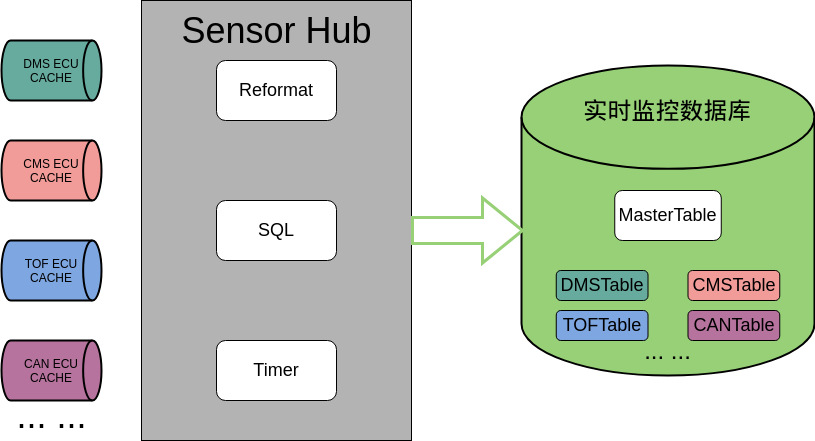
Earlier version of the draw.io export FlowCharts/SensorHub_Module.png (rangerzhou/ImageHosting). Source tidied: cells renumbered, new cells last; positions are measured from the earlier drawing's top-left corner, leaving out a move shared by most shapes.
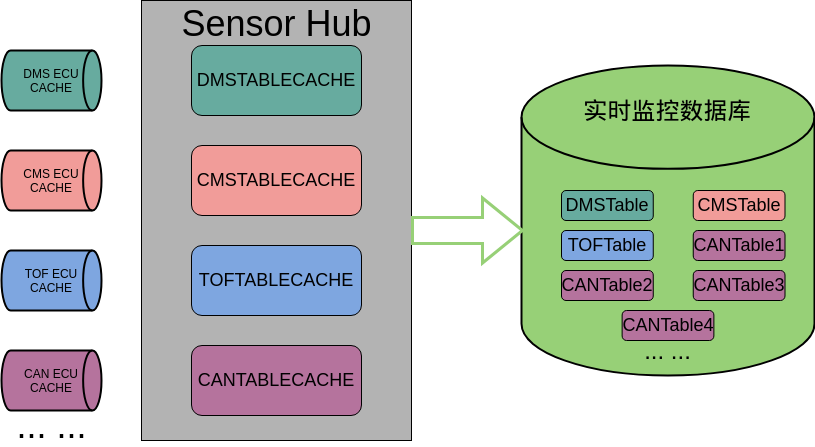
The same diagram one commit later.

What changed in the source:
```diff
@@ -6,49 +6,37 @@
       <mxGeometry x="520" y="65" width="293" height="310" as="geometry" />
     </mxCell>
     <mxCell id="3" value="DMS ECU CACHE" style="strokeWidth=2;html=1;shape=mxgraph.flowchart.direct_data;whiteSpace=wrap;fillColor=#67AB9F;" parent="1" vertex="1">
-      <mxGeometry y="40" width="100" height="60" as="geometry" />
+      <mxGeometry y="50" width="100" height="60" as="geometry" />
     </mxCell>
     <mxCell id="4" value="CMS ECU CACHE" style="strokeWidth=2;html=1;shape=mxgraph.flowchart.direct_data;whiteSpace=wrap;fillColor=#F19C99;" parent="1" vertex="1">
-      <mxGeometry y="140" width="100" height="60" as="geometry" />
+      <mxGeometry y="150" width="100" height="60" as="geometry" />
     </mxCell>
     <mxCell id="5" value="CAN ECU CACHE" style="strokeWidth=2;html=1;shape=mxgraph.flowchart.direct_data;whiteSpace=wrap;fillColor=#B5739D;" parent="1" vertex="1">
-      <mxGeometry y="340" width="100" height="60" as="geometry" />
+      <mxGeometry y="350" width="100" height="60" as="geometry" />
     </mxCell>
     <mxCell id="6" value="TOF ECU&lt;br&gt;CACHE" style="strokeWidth=2;html=1;shape=mxgraph.flowchart.direct_data;whiteSpace=wrap;fillColor=#7EA6E0;" parent="1" vertex="1">
-      <mxGeometry y="240" width="100" height="60" as="geometry" />
+      <mxGeometry y="250" width="100" height="60" as="geometry" />
     </mxCell>
     <mxCell id="7" value="&lt;font style=&quot;font-size: 36px&quot;&gt;... ...&lt;/font&gt;" style="text;html=1;align=center;verticalAlign=middle;" parent="1" vertex="1">
-      <mxGeometry x="5" y="400" width="90" height="30" as="geometry" />
+      <mxGeometry x="5" y="410" width="90" height="30" as="geometry" />
     </mxCell>
     <mxCell id="8" style="rounded=0;whiteSpace=wrap;html=1;fillColor=#B3B3B3;" parent="1" vertex="1">
       <mxGeometry x="140" width="270" height="440" as="geometry" />
     </mxCell>
-    <mxCell id="9" value="&lt;font style=&quot;font-size: 18px&quot;&gt;Reformat&lt;/font&gt;" style="rounded=1;whiteSpace=wrap;html=1;" parent="1" vertex="1">
-      <mxGeometry x="215" y="60" width="120" height="60" as="geometry" />
-    </mxCell>
-    <mxCell id="10" value="&lt;font style=&quot;font-size: 18px&quot;&gt;SQL&lt;/font&gt;" style="rounded=1;whiteSpace=wrap;html=1;" parent="1" vertex="1">
-      <mxGeometry x="215" y="200" width="120" height="60" as="geometry" />
-    </mxCell>
-    <mxCell id="11" value="&lt;font style=&quot;font-size: 18px&quot;&gt;Timer&lt;/font&gt;" style="rounded=1;whiteSpace=wrap;html=1;" parent="1" vertex="1">
-      <mxGeometry x="215" y="340" width="120" height="60" as="geometry" />
-    </mxCell>
     <mxCell id="12" value="&lt;font style=&quot;font-size: 36px&quot;&gt;Sensor Hub&lt;/font&gt;" style="text;html=1;strokeColor=none;fillColor=none;align=center;verticalAlign=middle;whiteSpace=wrap;rounded=0;" parent="1" vertex="1">
-      <mxGeometry x="173.8" y="20" width="202.5" height="20" as="geometry" />
+      <mxGeometry x="173.8" y="13" width="202.5" height="20" as="geometry" />
     </mxCell>
-    <mxCell id="13" value="&lt;font style=&quot;font-size: 18px&quot;&gt;MasterTable&lt;/font&gt;" style="rounded=1;whiteSpace=wrap;html=1;" parent="1" vertex="1">
-      <mxGeometry x="613.2" y="190" width="106.5" height="50" as="geometry" />
-    </mxCell>
     <mxCell id="14" value="&lt;font style=&quot;font-size: 18px&quot;&gt;DMSTable&lt;/font&gt;" style="rounded=1;whiteSpace=wrap;html=1;fillColor=#67AB9F;" parent="1" vertex="1">
-      <mxGeometry x="554.8" y="270" width="91.8" height="30" as="geometry" />
+      <mxGeometry x="560" y="190" width="91.8" height="30" as="geometry" />
     </mxCell>
     <mxCell id="15" value="&lt;font style=&quot;font-size: 18px&quot;&gt;CMSTable&lt;/font&gt;" style="rounded=1;whiteSpace=wrap;html=1;fillColor=#F19C99;" parent="1" vertex="1">
-      <mxGeometry x="686.5" y="270" width="91.8" height="30" as="geometry" />
+      <mxGeometry x="691.8" y="190" width="91.8" height="30" as="geometry" />
     </mxCell>
-    <mxCell id="16" value="&lt;font style=&quot;font-size: 18px&quot;&gt;CANTable&lt;/font&gt;" style="rounded=1;whiteSpace=wrap;html=1;fillColor=#B5739D;" parent="1" vertex="1">
-      <mxGeometry x="686.5" y="310" width="91.8" height="30" as="geometry" />
+    <mxCell id="16" value="&lt;font style=&quot;font-size: 18px&quot;&gt;CANTable1&lt;/font&gt;" style="rounded=1;whiteSpace=wrap;html=1;fillColor=#B5739D;" parent="1" vertex="1">
+      <mxGeometry x="691.8" y="230" width="91.8" height="30" as="geometry" />
     </mxCell>
     <mxCell id="17" value="&lt;font style=&quot;font-size: 18px&quot;&gt;TOFTable&lt;/font&gt;" style="rounded=1;whiteSpace=wrap;html=1;fillColor=#7EA6E0;" parent="1" vertex="1">
-      <mxGeometry x="554.8" y="310" width="91.8" height="30" as="geometry" />
+      <mxGeometry x="560" y="230" width="91.8" height="30" as="geometry" />
     </mxCell>
     <mxCell id="18" value="&lt;font style=&quot;font-size: 24px&quot;&gt;实时监控数据库&lt;/font&gt;" style="text;html=1;strokeColor=none;fillColor=none;align=center;verticalAlign=middle;whiteSpace=wrap;rounded=0;" parent="1" vertex="1">
       <mxGeometry x="550" y="90" width="233" height="40" as="geometry" />
@@ -59,5 +47,26 @@
     <mxCell id="20" value="&lt;font style=&quot;font-size: 24px&quot;&gt;... ...&lt;/font&gt;" style="text;html=1;strokeColor=none;fillColor=none;align=center;verticalAlign=middle;whiteSpace=wrap;rounded=0;" parent="1" vertex="1">
       <mxGeometry x="635" y="340" width="63" height="20" as="geometry" />
     </mxCell>
+    <mxCell id="21" value="&lt;span style=&quot;font-size: 18px&quot;&gt;CANTable2&lt;/span&gt;" style="rounded=1;whiteSpace=wrap;html=1;fillColor=#B5739D;" parent="1" vertex="1">
+      <mxGeometry x="560" y="270" width="91.8" height="30" as="geometry" />
+    </mxCell>
+    <mxCell id="22" value="&lt;span style=&quot;font-size: 18px&quot;&gt;CANTable3&lt;/span&gt;" style="rounded=1;whiteSpace=wrap;html=1;fillColor=#B5739D;" parent="1" vertex="1">
+      <mxGeometry x="691.8" y="270" width="91.8" height="30" as="geometry" />
+    </mxCell>
+    <mxCell id="23" value="&lt;span style=&quot;font-size: 18px&quot;&gt;CANTable4&lt;/span&gt;" style="rounded=1;whiteSpace=wrap;html=1;fillColor=#B5739D;" parent="1" vertex="1">
+      <mxGeometry x="620.6" y="310" width="91.8" height="30" as="geometry" />
+    </mxCell>
+    <mxCell id="24" value="&lt;span style=&quot;font-size: 18px&quot;&gt;DMSTABLECACHE&lt;/span&gt;" style="rounded=1;whiteSpace=wrap;html=1;fillColor=#67AB9F;" parent="1" vertex="1">
+      <mxGeometry x="190" y="45" width="170" height="70" as="geometry" />
+    </mxCell>
+    <mxCell id="25" value="&lt;span style=&quot;font-size: 18px&quot;&gt;CMSTABLECACHE&lt;/span&gt;" style="rounded=1;whiteSpace=wrap;html=1;fillColor=#F19C99;" parent="1" vertex="1">
+      <mxGeometry x="190" y="145" width="170" height="70" as="geometry" />
+    </mxCell>
+    <mxCell id="26" value="&lt;span style=&quot;font-size: 18px&quot;&gt;TOFTABLECACHE&lt;/span&gt;" style="rounded=1;whiteSpace=wrap;html=1;fillColor=#7EA6E0;" parent="1" vertex="1">
+      <mxGeometry x="190" y="245" width="170" height="70" as="geometry" />
+    </mxCell>
+    <mxCell id="27" value="&lt;span style=&quot;font-size: 18px&quot;&gt;CANTABLECACHE&lt;/span&gt;" style="rounded=1;whiteSpace=wrap;html=1;fillColor=#B5739D;" parent="1" vertex="1">
+      <mxGeometry x="190" y="345" width="170" height="70" as="geometry" />
+    </mxCell>
   </root>
 </mxGraphModel>
```
